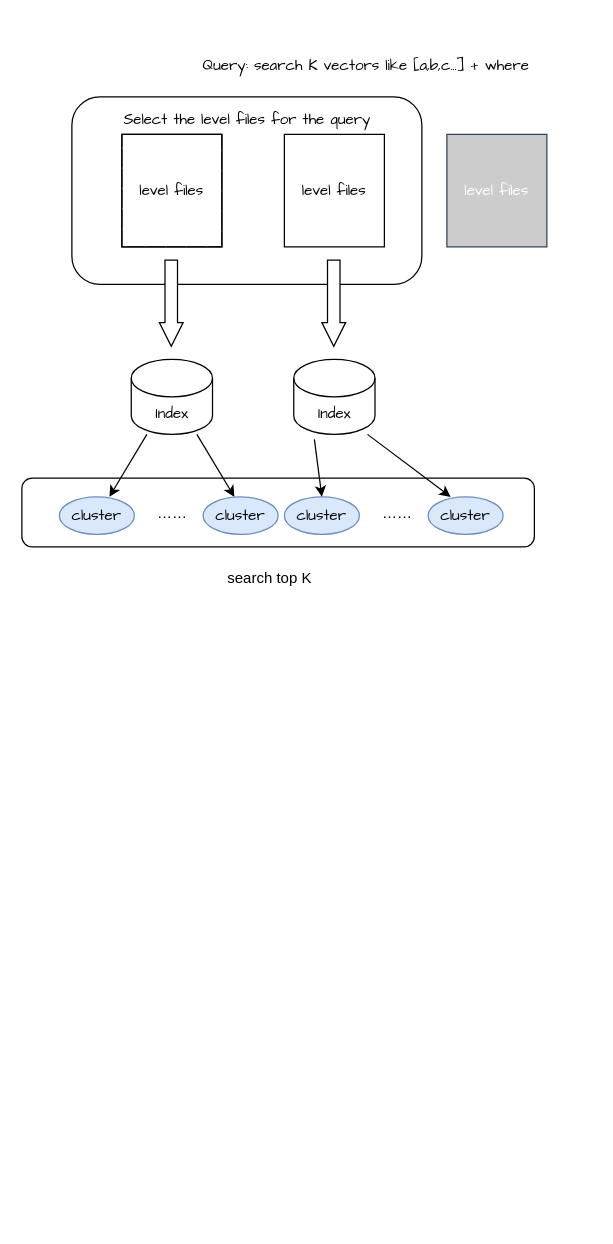
This is vectorDB.drawio from yeqiyi/drawIO, a draw.io file, before an edit. Source tidied: cells renumbered, new cells numbered last; positions are measured from the earlier drawing's top-left corner, leaving out a move shared by most shapes. Both pictures are drawn from the tidied source at 125%, with x=0, y=0 at pixel (21, 46).
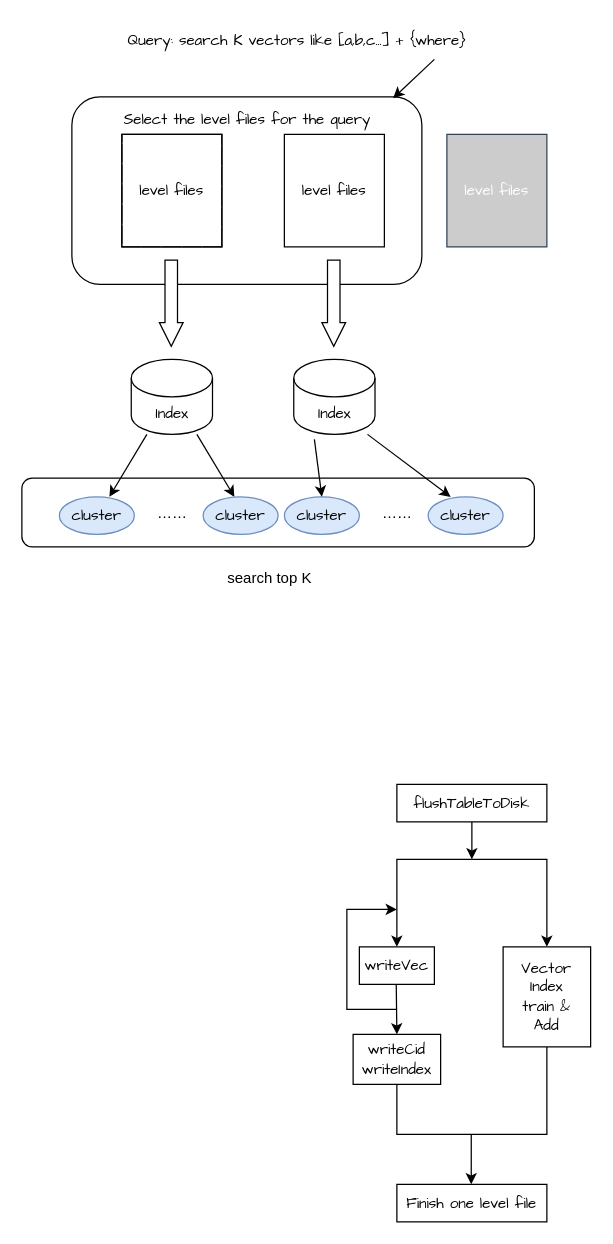
After the change.

Unchanged cells that the change refers to:
```xml
<mxCell id="2" style="rounded=1;whiteSpace=wrap;html=1;" parent="1" vertex="1">
  <mxGeometry x="40" y="40" width="280" height="150" as="geometry" />
</mxCell>
```

Change to the diagram source:
```diff
@@
-    <mxCell id="8" value="&lt;font face=&quot;Comic Sans MS&quot;&gt;Query: search K vectors like [a,b,c...] + where&lt;/font&gt;" style="text;html=1;align=center;verticalAlign=middle;strokeColor=none;fillColor=none;" parent="1" vertex="1">
-      <mxGeometry x="135" width="280" height="30" as="geometry" />
+    <mxCell id="8" value="&lt;font face=&quot;Comic Sans MS&quot;&gt;Query: search K vectors like [a,b,c...] + {where}&lt;/font&gt;" style="text;html=1;align=center;verticalAlign=middle;strokeColor=none;fillColor=none;" parent="1" vertex="1">
+      <mxGeometry x="75" y="-20" width="290" height="30" as="geometry" />
     </mxCell>
@@
+    <mxCell id="25" style="endArrow=classic;html=1;rounded=0;entryX=0.918;entryY=0.007;entryDx=0;entryDy=0;entryPerimeter=0;" parent="1" edge="1" target="2">
+      <mxGeometry relative="1" as="geometry">
+        <mxPoint x="330" y="10" as="sourcePoint" />
+      </mxGeometry>
+    </mxCell>
+    <mxCell id="26" style="endArrow=classic;startArrow=classic;html=1;rounded=0;" parent="1" edge="1">
+      <mxGeometry relative="1" as="geometry">
+        <mxPoint x="300" y="720" as="sourcePoint" />
+        <mxPoint x="420" y="720" as="targetPoint" />
+        <Array as="points">
+          <mxPoint x="300" y="650" />
+          <mxPoint x="420" y="650" />
+          <mxPoint x="420" y="690" />
+        </Array>
+      </mxGeometry>
+    </mxCell>
+    <mxCell id="27" value="&lt;font face=&quot;Comic Sans MS&quot;&gt;writeVec&lt;/font&gt;" style="rounded=0;whiteSpace=wrap;html=1;" parent="1" vertex="1">
+      <mxGeometry x="270" y="720" width="60" height="30" as="geometry" />
+    </mxCell>
+    <mxCell id="28" style="endArrow=classic;html=1;rounded=0;" parent="1" edge="1">
+      <mxGeometry relative="1" as="geometry">
+        <mxPoint x="299.5" y="750" as="sourcePoint" />
+        <mxPoint x="300" y="790" as="targetPoint" />
+      </mxGeometry>
+    </mxCell>
+    <mxCell id="29" style="endArrow=classic;html=1;rounded=0;" parent="1" edge="1">
+      <mxGeometry relative="1" as="geometry">
+        <mxPoint x="300" y="770" as="sourcePoint" />
+        <mxPoint x="300" y="690" as="targetPoint" />
+        <Array as="points">
+          <mxPoint x="260" y="770" />
+          <mxPoint x="260" y="690" />
+        </Array>
+      </mxGeometry>
+    </mxCell>
+    <mxCell id="30" value="&lt;font face=&quot;Comic Sans MS&quot;&gt;writeCid&lt;br&gt;writeIndex&lt;/font&gt;" style="rounded=0;whiteSpace=wrap;html=1;" parent="1" vertex="1">
+      <mxGeometry x="265" y="790" width="70" height="40" as="geometry" />
+    </mxCell>
+    <mxCell id="31" style="endArrow=none;html=1;rounded=0;exitX=0.5;exitY=1;exitDx=0;exitDy=0;entryX=0.5;entryY=1;entryDx=0;entryDy=0;" parent="1" edge="1" source="30" target="32">
+      <mxGeometry relative="1" as="geometry">
+        <Array as="points">
+          <mxPoint x="300" y="870" />
+          <mxPoint x="420" y="870" />
+        </Array>
+      </mxGeometry>
+    </mxCell>
+    <mxCell id="32" value="&lt;font face=&quot;Comic Sans MS&quot;&gt;Vector Index&lt;br&gt;train &amp;amp;&lt;br&gt;Add&lt;/font&gt;" style="rounded=0;whiteSpace=wrap;html=1;" parent="1" vertex="1">
+      <mxGeometry x="385" y="720" width="70" height="80" as="geometry" />
+    </mxCell>
+    <mxCell id="33" style="endArrow=classic;html=1;rounded=0;" parent="1" edge="1">
+      <mxGeometry relative="1" as="geometry">
+        <mxPoint x="359.5" y="870" as="sourcePoint" />
+        <mxPoint x="359.5" y="910" as="targetPoint" />
+      </mxGeometry>
+    </mxCell>
+    <mxCell id="34" value="&lt;font face=&quot;Comic Sans MS&quot;&gt;Finish one level file&lt;/font&gt;" style="rounded=0;whiteSpace=wrap;html=1;" parent="1" vertex="1">
+      <mxGeometry x="300" y="910" width="120" height="30" as="geometry" />
+    </mxCell>
+    <mxCell id="35" style="endArrow=classic;html=1;rounded=0;" parent="1" edge="1">
+      <mxGeometry relative="1" as="geometry">
+        <mxPoint x="360" y="620" as="sourcePoint" />
+        <mxPoint x="360" y="650" as="targetPoint" />
+      </mxGeometry>
+    </mxCell>
+    <mxCell id="36" value="&lt;font face=&quot;Comic Sans MS&quot;&gt;flushTableToDisk&lt;/font&gt;" style="rounded=0;whiteSpace=wrap;html=1;" parent="1" vertex="1">
+      <mxGeometry x="300" y="590" width="120" height="30" as="geometry" />
+    </mxCell>
```
